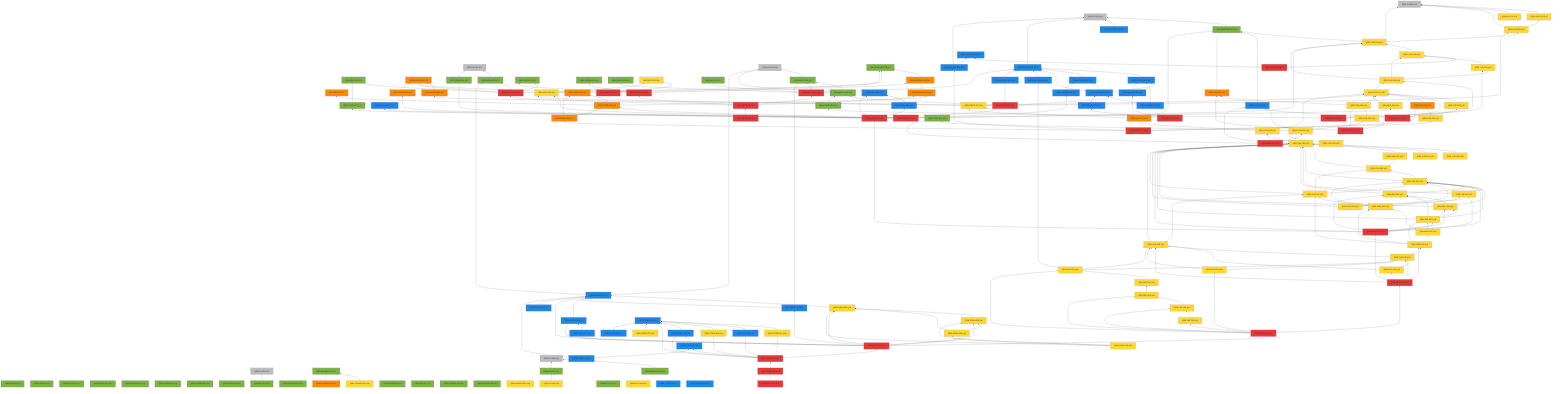
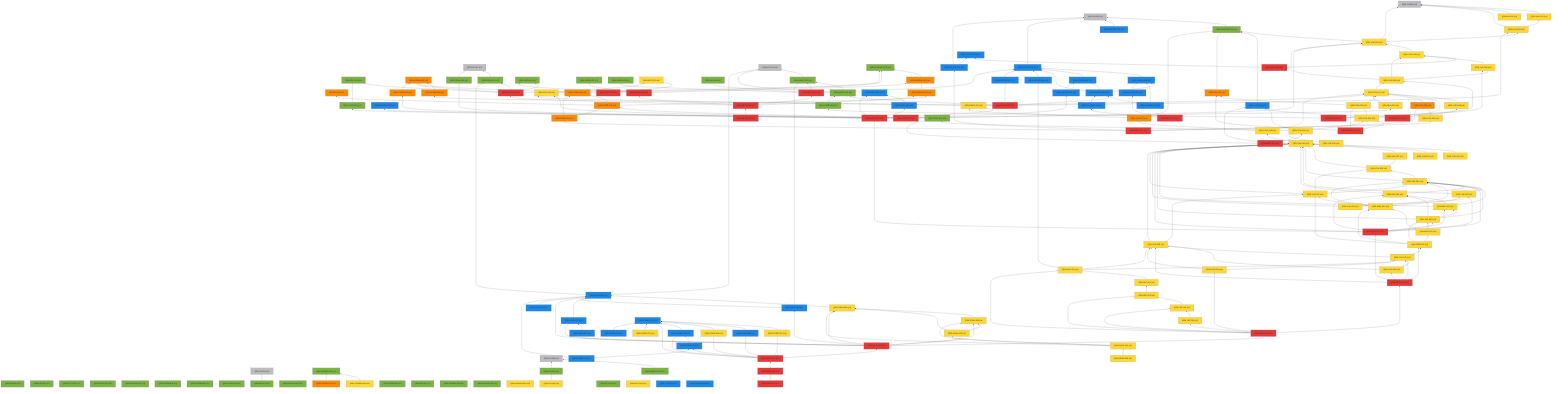
%% 自動生成 (dag/report.pl) — QRN 主張依存グラフ
graph BT
  QRN_C0_001["QRN-C0-001 (c0)"]:::c0
  QRN_C0_002["QRN-C0-002 (c0)"]:::c0
  QRN_C0_003["QRN-C0-003 (c0)"]:::c0
  QRN_C0_004["QRN-C0-004 (c0)"]:::c0
  QRN_C0_005["QRN-C0-005 (c0)"]:::c0
  QRN_C0_006["QRN-C0-006 (c0)"]:::c0
  QRN_QM_001["QRN-QM-001 (c1)"]:::c1
  QRN_GR_001["QRN-GR-001 (c1)"]:::c1
  QRN_STAT_001["QRN-STAT-001 (c1)"]:::c1
  QRN_FIELD_001["QRN-FIELD-001 (c1)"]:::c1
  QRN_GAUGE_001["QRN-GAUGE-001 (c1)"]:::c1
  QRN_ENT_001["QRN-ENT-001 (c1)"]:::c1
  QRN_GEOM_001["QRN-GEOM-001 (c1)"]:::c1
  QRN_GEOM_002["QRN-GEOM-002 (c1)"]:::c1
  QRN_GEOM_003["QRN-GEOM-003 (c3)"]:::c3
  QRN_GRAV_001["QRN-GRAV-001 (c1)"]:::c1
  QRN_GRAV_002["QRN-GRAV-002 (c1)"]:::c1
  QRN_BH_001["QRN-BH-001 (c1)"]:::c1
  QRN_CAUSAL_001["QRN-CAUSAL-001 (c1)"]:::c1
  QRN_CAUSAL_002["QRN-CAUSAL-002 (c3)"]:::c3
  QRN_ER_001["QRN-ER-001 (c3)"]:::c3
  QRN_QEC_001["QRN-QEC-001 (c1)"]:::c1
  QRN_GAUGE_002["QRN-GAUGE-002 (c1)"]:::c1
  QRN_COSMO_001["QRN-COSMO-001 (c1)"]:::c1
  QRN_COSMO_002["QRN-COSMO-002 (c4)"]:::c4
  QRN_COSMO_003["QRN-COSMO-003 (c3)"]:::c3
  QRN_BORN_001["QRN-BORN-001 (c1)"]:::c1
  QRN_BORN_002["QRN-BORN-002 (c1)"]:::c1
  QRN_GRAV_003["QRN-GRAV-003 (c1)"]:::c1
  QRN_KK_001["QRN-KK-001 (c1)"]:::c1
  QRN_MATTER_001["QRN-MATTER-001 (c1)"]:::c1
  QRN_MATTER_002["QRN-MATTER-002 (c2)"]:::c2
  QRN_COSMO_004["QRN-COSMO-004 (c1)"]:::c1
  QRN_EXP_001["QRN-EXP-001 (c4)"]:::c4
  QRN_GAUGE_003["QRN-GAUGE-003 (c2)"]:::c2
  QRN_GAUGE_004["QRN-GAUGE-004 (c1)"]:::c1
  QRN_GAUGE_005["QRN-GAUGE-005 (c4)"]:::c4
  QRN_YUK_001["QRN-YUK-001 (c4)"]:::c4
  QRN_RG_001["QRN-RG-001 (c1)"]:::c1
  QRN_UNRUH_001["QRN-UNRUH-001 (c1)"]:::c1
  QRN_QNEC_001["QRN-QNEC-001 (c1)"]:::c1
  QRN_NU_001["QRN-NU-001 (c4)"]:::c4
  QRN_GAUGE_006["QRN-GAUGE-006 (c2)"]:::c2
  QRN_DS_001["QRN-DS-001 (c1)"]:::c1
  QRN_DS_002["QRN-DS-002 (c4)"]:::c4
  QRN_ARROW_001["QRN-ARROW-001 (c3)"]:::c3
  QRN_GAUGE_007["QRN-GAUGE-007 (c2)"]:::c2
  QRN_EFT_001["QRN-EFT-001 (c1)"]:::c1
  QRN_GAUGE_008["QRN-GAUGE-008 (c2)"]:::c2
  QRN_GAUGE_009["QRN-GAUGE-009 (c2)"]:::c2
  QRN_GAUGE_010["QRN-GAUGE-010 (c2)"]:::c2
  QRN_QNEC_002["QRN-QNEC-002 (c1)"]:::c1
  QRN_GEOM_004["QRN-GEOM-004 (c3)"]:::c3
  QRN_YUK_002["QRN-YUK-002 (c4)"]:::c4
  QRN_EXP_002["QRN-EXP-002 (c5)"]:::c5
  QRN_CORE_001["QRN-CORE-001 (c3)"]:::c3
  QRN_GAUGE_011["QRN-GAUGE-011 (c2)"]:::c2
  QRN_GAUGE_012["QRN-GAUGE-012 (c2)"]:::c2
  QRN_YUK_003["QRN-YUK-003 (c4)"]:::c4
  QRN_EXP_003["QRN-EXP-003 (c4)"]:::c4
  QRN_CORE_002["QRN-CORE-002 (c3)"]:::c3
  QRN_GAUGE_013["QRN-GAUGE-013 (c2)"]:::c2
  QRN_YUK_004["QRN-YUK-004 (c4)"]:::c4
  QRN_GAUGE_014["QRN-GAUGE-014 (c2)"]:::c2
  QRN_META_001["QRN-META-001 (c5)"]:::c5
  QRN_META_002["QRN-META-002 (c5)"]:::c5
  QRN_META_003["QRN-META-003 (c5)"]:::c5
  QRN_META_004["QRN-META-004 (c5)"]:::c5
  QRN_META_005["QRN-META-005 (c5)"]:::c5
  QRN_META_006["QRN-META-006 (c5)"]:::c5
  QRN_META_007["QRN-META-007 (c5)"]:::c5
  QRN_META_008["QRN-META-008 (c5)"]:::c5
  QRN_YUK_005["QRN-YUK-005 (c4)"]:::c4
  QRN_YUK_006["QRN-YUK-006 (c4)"]:::c4
  QRN_CORE_003["QRN-CORE-003 (c1)"]:::c1
  QRN_META_009["QRN-META-009 (c5)"]:::c5
  QRN_YUK_007["QRN-YUK-007 (c4)"]:::c4
  QRN_YUK_008["QRN-YUK-008 (c4)"]:::c4
  QRN_YUK_009["QRN-YUK-009 (c2)"]:::c2
  QRN_META_010["QRN-META-010 (c5)"]:::c5
  QRN_GAUGE_015["QRN-GAUGE-015 (c2)"]:::c2
  QRN_YUK_010["QRN-YUK-010 (c3)"]:::c3
  QRN_YUK_011["QRN-YUK-011 (c4)"]:::c4
  QRN_CORE_004["QRN-CORE-004 (c3)"]:::c3
  QRN_META_011["QRN-META-011 (c5)"]:::c5
  QRN_YUK_012["QRN-YUK-012 (c3)"]:::c3
  QRN_YUK_013["QRN-YUK-013 (c4)"]:::c4
  QRN_YUK_014["QRN-YUK-014 (c4)"]:::c4
  QRN_META_012["QRN-META-012 (c5)"]:::c5
  QRN_TOOL_001["QRN-TOOL-001 (c1)"]:::c1
  QRN_YUK_015["QRN-YUK-015 (c4)"]:::c4
  QRN_META_013["QRN-META-013 (c5)"]:::c5
  QRN_GAUGE_016["QRN-GAUGE-016 (c2)"]:::c2
  QRN_GAUGE_017["QRN-GAUGE-017 (c2)"]:::c2
  QRN_META_014["QRN-META-014 (c5)"]:::c5
  QRN_META_015["QRN-META-015 (c2)"]:::c2
  QRN_TOOL_002["QRN-TOOL-002 (c2)"]:::c2
  QRN_CORE_005["QRN-CORE-005 (c3)"]:::c3
  QRN_CONT_001["QRN-CONT-001 (c1)"]:::c1
  QRN_SEL_001["QRN-SEL-001 (c4)"]:::c4
  QRN_GRAV_004["QRN-GRAV-004 (c1)"]:::c1
  QRN_PRED_001["QRN-PRED-001 (c4)"]:::c4
  QRN_META_016["QRN-META-016 (c5)"]:::c5
  QRN_YUK_016["QRN-YUK-016 (c4)"]:::c4
  QRN_YUK_017["QRN-YUK-017 (c3)"]:::c3
  QRN_YUK_018["QRN-YUK-018 (c4)"]:::c4
  QRN_YUK_019["QRN-YUK-019 (c4)"]:::c4
  QRN_YUK_020["QRN-YUK-020 (c4)"]:::c4
  QRN_YUK_021["QRN-YUK-021 (c4)"]:::c4
  QRN_YUK_022["QRN-YUK-022 (c4)"]:::c4
  QRN_YUK_023["QRN-YUK-023 (c4)"]:::c4
  QRN_YUK_024["QRN-YUK-024 (c4)"]:::c4
  QRN_YUK_025["QRN-YUK-025 (c4)"]:::c4
  QRN_SEL_002["QRN-SEL-002 (c4)"]:::c4
  QRN_SEL_003["QRN-SEL-003 (c4)"]:::c4
  QRN_SEL_004["QRN-SEL-004 (c4)"]:::c4
  QRN_META_017["QRN-META-017 (c5)"]:::c5
  QRN_YUK_026["QRN-YUK-026 (c4)"]:::c4
  QRN_YUK_027["QRN-YUK-027 (c4)"]:::c4
  QRN_MSR_001["QRN-MSR-001 (c4)"]:::c4
  QRN_MSR_002["QRN-MSR-002 (c4)"]:::c4
  QRN_MSR_003["QRN-MSR-003 (c4)"]:::c4
  QRN_YUK_028["QRN-YUK-028 (c4)"]:::c4
  QRN_YUK_029["QRN-YUK-029 (c4)"]:::c4
  QRN_YUK_030["QRN-YUK-030 (c4)"]:::c4
  QRN_META_018["QRN-META-018 (c5)"]:::c5
  QRN_YUK_031["QRN-YUK-031 (c4)"]:::c4
  QRN_LEP_001["QRN-LEP-001 (c4)"]:::c4
  QRN_LEP_002["QRN-LEP-002 (c4)"]:::c4
  QRN_LEP_003["QRN-LEP-003 (c4)"]:::c4
  QRN_LEP_004["QRN-LEP-004 (c4)"]:::c4
  QRN_LEP_005["QRN-LEP-005 (c4)"]:::c4
  QRN_META_019["QRN-META-019 (c5)"]:::c5
  QRN_GRAV_005["QRN-GRAV-005 (c2)"]:::c2
  QRN_GRAV_006["QRN-GRAV-006 (c4)"]:::c4
  QRN_GRAV_007["QRN-GRAV-007 (c2)"]:::c2
  QRN_GRAV_008["QRN-GRAV-008 (c4)"]:::c4
  QRN_GRAV_009["QRN-GRAV-009 (c2)"]:::c2
  QRN_GRAV_010["QRN-GRAV-010 (c4)"]:::c4
  QRN_GRAV_011["QRN-GRAV-011 (c2)"]:::c2
  QRN_META_020["QRN-META-020 (c5)"]:::c5
  QRN_CORE_006["QRN-CORE-006 (c2)"]:::c2
  QRN_CORE_007["QRN-CORE-007 (c4)"]:::c4
  QRN_CORE_008["QRN-CORE-008 (c2)"]:::c2
  QRN_CORE_009["QRN-CORE-009 (c4)"]:::c4
  QRN_CORE_010["QRN-CORE-010 (c2)"]:::c2
  QRN_CORE_011["QRN-CORE-011 (c2)"]:::c2
  QRN_META_021["QRN-META-021 (c5)"]:::c5
  QRN_CORE_012["QRN-CORE-012 (c4)"]:::c4
  QRN_EXP_004["QRN-EXP-004 (c4)"]:::c4
  QRN_CORE_013["QRN-CORE-013 (c2)"]:::c2
  QRN_GRAV_012["QRN-GRAV-012 (c2)"]:::c2
  QRN_YUK_032["QRN-YUK-032 (c2)"]:::c2
  QRN_GAUGE_018["QRN-GAUGE-018 (c2)"]:::c2
  QRN_META_022["QRN-META-022 (c5)"]:::c5
  QRN_META_023["QRN-META-023 (c5)"]:::c5
  QRN_CORE_014["QRN-CORE-014 (c2)"]:::c2
  QRN_GRAV_013["QRN-GRAV-013 (c4)"]:::c4
+   QRN_GRAV_014["QRN-GRAV-014 (c4)"]:::c4
  QRN_GRAV_001 --> QRN_C0_001
  QRN_BH_001 --> QRN_C0_003
  QRN_CAUSAL_002 --> QRN_CAUSAL_001
  QRN_COSMO_002 --> QRN_COSMO_001
  QRN_COSMO_003 --> QRN_COSMO_001
  QRN_MATTER_001 --> QRN_C0_005
  QRN_MATTER_002 --> QRN_C0_005
  QRN_GAUGE_003 --> QRN_C0_005
  QRN_YUK_001 --> QRN_C0_006
  QRN_UNRUH_001 --> QRN_C0_004
  QRN_QNEC_001 --> QRN_C0_002
  QRN_NU_001 --> QRN_C0_006
  QRN_GAUGE_006 --> QRN_GAUGE_003
  QRN_DS_001 --> QRN_C0_004
  QRN_DS_002 --> QRN_DS_001
  QRN_ARROW_001 --> QRN_CAUSAL_002
  QRN_GAUGE_007 --> QRN_GAUGE_003
  QRN_GAUGE_008 --> QRN_GAUGE_003
  QRN_GAUGE_008 --> QRN_GAUGE_006
  QRN_GAUGE_008 --> QRN_GAUGE_007
  QRN_GAUGE_009 --> QRN_GAUGE_003
  QRN_GAUGE_010 --> QRN_GAUGE_006
  QRN_GAUGE_010 --> QRN_GAUGE_008
  QRN_QNEC_002 --> QRN_C0_002
  QRN_QNEC_002 --> QRN_QNEC_001
  QRN_GEOM_004 --> QRN_GEOM_003
  QRN_YUK_002 --> QRN_C0_006
  QRN_YUK_002 --> QRN_YUK_001
  QRN_EXP_002 --> QRN_EXP_001
  QRN_CORE_001 --> QRN_GEOM_003
  QRN_CORE_001 --> QRN_CAUSAL_001
  QRN_GAUGE_011 --> QRN_GAUGE_003
  QRN_YUK_003 --> QRN_C0_006
  QRN_YUK_003 --> QRN_MATTER_001
  QRN_YUK_003 --> QRN_YUK_002
  QRN_EXP_003 --> QRN_EXP_001
  QRN_CORE_002 --> QRN_CORE_001
  QRN_CORE_002 --> QRN_ER_001
  QRN_CORE_002 --> QRN_ARROW_001
  QRN_GAUGE_013 --> QRN_GAUGE_007
  QRN_YUK_004 --> QRN_YUK_003
  QRN_META_001 --> QRN_GEOM_003
  QRN_META_001 --> QRN_GRAV_001
  QRN_META_001 --> QRN_CAUSAL_001
  QRN_META_001 --> QRN_QEC_001
  QRN_META_001 --> QRN_ENT_001
  QRN_META_002 --> QRN_QEC_001
  QRN_META_002 --> QRN_BORN_001
  QRN_META_002 --> QRN_CAUSAL_002
  QRN_META_003 --> QRN_GAUGE_003
  QRN_META_003 --> QRN_RG_001
  QRN_META_003 --> QRN_QNEC_001
  QRN_META_003 --> QRN_GRAV_003
  QRN_META_004 --> QRN_META_001
  QRN_META_004 --> QRN_META_002
  QRN_META_004 --> QRN_META_003
  QRN_META_004 --> QRN_ARROW_001
  QRN_META_005 --> QRN_META_004
  QRN_META_006 --> QRN_GAUGE_008
  QRN_META_006 --> QRN_QNEC_002
  QRN_META_006 --> QRN_GEOM_004
  QRN_META_006 --> QRN_YUK_002
  QRN_META_006 --> QRN_GAUGE_011
  QRN_META_007 --> QRN_GAUGE_012
  QRN_META_007 --> QRN_YUK_003
  QRN_META_007 --> QRN_EXP_003
  QRN_META_007 --> QRN_CORE_002
  QRN_META_007 --> QRN_GAUGE_013
  QRN_META_008 --> QRN_YUK_004
  QRN_META_008 --> QRN_GAUGE_014
  QRN_YUK_005 --> QRN_YUK_004
  QRN_YUK_006 --> QRN_YUK_003
  QRN_YUK_006 --> QRN_YUK_004
  QRN_YUK_006 --> QRN_YUK_005
  QRN_CORE_003 --> QRN_QNEC_002
  QRN_META_009 --> QRN_YUK_005
  QRN_META_009 --> QRN_YUK_006
  QRN_META_009 --> QRN_CORE_003
  QRN_YUK_007 --> QRN_YUK_006
  QRN_YUK_008 --> QRN_YUK_007
  QRN_YUK_009 --> QRN_MATTER_001
  QRN_META_010 --> QRN_YUK_007
  QRN_META_010 --> QRN_YUK_008
  QRN_META_010 --> QRN_YUK_009
  QRN_GAUGE_015 --> QRN_C0_005
  QRN_GAUGE_015 --> QRN_GAUGE_014
  QRN_YUK_010 --> QRN_YUK_007
  QRN_YUK_011 --> QRN_YUK_010
  QRN_CORE_004 --> QRN_CORE_001
  QRN_CORE_004 --> QRN_CORE_002
  QRN_META_011 --> QRN_GAUGE_015
  QRN_META_011 --> QRN_YUK_010
  QRN_META_011 --> QRN_YUK_011
  QRN_META_011 --> QRN_CORE_004
  QRN_YUK_012 --> QRN_MATTER_001
  QRN_YUK_013 --> QRN_YUK_012
  QRN_YUK_013 --> QRN_YUK_007
  QRN_YUK_014 --> QRN_YUK_013
  QRN_META_012 --> QRN_YUK_012
  QRN_META_012 --> QRN_YUK_013
  QRN_META_012 --> QRN_YUK_014
  QRN_YUK_015 --> QRN_YUK_014
  QRN_YUK_015 --> QRN_TOOL_001
  QRN_YUK_015 --> QRN_YUK_009
  QRN_META_013 --> QRN_YUK_015
  QRN_META_013 --> QRN_TOOL_001
  QRN_META_013 --> QRN_YUK_009
  QRN_GAUGE_016 --> QRN_GAUGE_006
  QRN_GAUGE_017 --> QRN_GAUGE_008
  QRN_META_014 --> QRN_GAUGE_016
  QRN_META_014 --> QRN_GAUGE_017
  QRN_TOOL_002 --> QRN_META_015
  QRN_CORE_005 --> QRN_GEOM_003
  QRN_CONT_001 --> QRN_ENT_001
  QRN_SEL_001 --> QRN_YUK_007
  QRN_GRAV_004 --> QRN_C0_001
  QRN_PRED_001 --> QRN_YUK_007
  QRN_PRED_001 --> QRN_EXP_003
  QRN_META_016 --> QRN_META_015
  QRN_META_016 --> QRN_TOOL_002
  QRN_META_016 --> QRN_CORE_005
  QRN_META_016 --> QRN_CONT_001
  QRN_META_016 --> QRN_SEL_001
  QRN_META_016 --> QRN_GRAV_004
  QRN_META_016 --> QRN_PRED_001
  QRN_YUK_016 --> QRN_YUK_015
  QRN_YUK_017 --> QRN_MATTER_001
  QRN_YUK_017 --> QRN_PRED_001
  QRN_YUK_018 --> QRN_YUK_017
  QRN_YUK_018 --> QRN_YUK_007
  QRN_YUK_019 --> QRN_YUK_018
  QRN_YUK_020 --> QRN_YUK_019
  QRN_YUK_021 --> QRN_YUK_019
  QRN_YUK_022 --> QRN_YUK_019
  QRN_YUK_023 --> QRN_YUK_019
  QRN_YUK_023 --> QRN_YUK_022
  QRN_YUK_024 --> QRN_YUK_019
  QRN_YUK_024 --> QRN_YUK_023
  QRN_YUK_025 --> QRN_YUK_019
  QRN_YUK_025 --> QRN_YUK_024
  QRN_SEL_002 --> QRN_YUK_019
  QRN_SEL_002 --> QRN_YUK_024
  QRN_SEL_003 --> QRN_YUK_019
  QRN_SEL_003 --> QRN_YUK_024
  QRN_SEL_003 --> QRN_SEL_002
  QRN_SEL_004 --> QRN_YUK_019
  QRN_SEL_004 --> QRN_YUK_024
  QRN_SEL_004 --> QRN_SEL_002
  QRN_SEL_004 --> QRN_SEL_003
  QRN_META_017 --> QRN_META_016
  QRN_META_017 --> QRN_YUK_019
  QRN_META_017 --> QRN_YUK_024
  QRN_META_017 --> QRN_YUK_025
  QRN_META_017 --> QRN_SEL_002
  QRN_META_017 --> QRN_SEL_003
  QRN_META_017 --> QRN_SEL_004
  QRN_YUK_026 --> QRN_YUK_019
  QRN_YUK_026 --> QRN_YUK_024
  QRN_YUK_026 --> QRN_YUK_025
  QRN_YUK_027 --> QRN_YUK_019
  QRN_YUK_027 --> QRN_YUK_023
  QRN_YUK_027 --> QRN_YUK_024
  QRN_MSR_001 --> QRN_YUK_024
  QRN_MSR_001 --> QRN_YUK_025
  QRN_MSR_001 --> QRN_YUK_027
  QRN_MSR_002 --> QRN_SEL_004
  QRN_MSR_002 --> QRN_MSR_001
  QRN_MSR_003 --> QRN_MSR_001
  QRN_MSR_003 --> QRN_MSR_002
  QRN_MSR_003 --> QRN_SEL_004
  QRN_MSR_003 --> QRN_YUK_027
  QRN_YUK_028 --> QRN_YUK_019
  QRN_YUK_028 --> QRN_YUK_027
  QRN_YUK_029 --> QRN_YUK_028
  QRN_YUK_029 --> QRN_MSR_003
  QRN_YUK_030 --> QRN_YUK_028
  QRN_YUK_030 --> QRN_YUK_029
  QRN_META_018 --> QRN_META_017
  QRN_META_018 --> QRN_MSR_003
  QRN_META_018 --> QRN_YUK_028
  QRN_META_018 --> QRN_YUK_029
  QRN_META_018 --> QRN_YUK_030
  QRN_YUK_031 --> QRN_YUK_028
  QRN_YUK_031 --> QRN_YUK_029
  QRN_LEP_001 --> QRN_YUK_028
  QRN_LEP_001 --> QRN_YUK_029
  QRN_LEP_001 --> QRN_GAUGE_009
  QRN_LEP_002 --> QRN_LEP_001
  QRN_LEP_003 --> QRN_LEP_002
  QRN_LEP_004 --> QRN_LEP_003
  QRN_LEP_005 --> QRN_LEP_004
  QRN_META_019 --> QRN_META_018
  QRN_META_019 --> QRN_YUK_031
  QRN_META_019 --> QRN_LEP_001
  QRN_META_019 --> QRN_LEP_003
  QRN_META_019 --> QRN_LEP_004
  QRN_META_019 --> QRN_LEP_005
  QRN_GRAV_005 --> QRN_C0_002
  QRN_GRAV_005 --> QRN_GRAV_001
  QRN_GRAV_006 --> QRN_GRAV_005
  QRN_GRAV_007 --> QRN_GRAV_005
  QRN_GRAV_008 --> QRN_GRAV_006
  QRN_GRAV_009 --> QRN_GRAV_005
  QRN_GRAV_009 --> QRN_QNEC_001
  QRN_GRAV_010 --> QRN_GRAV_006
  QRN_GRAV_010 --> QRN_GRAV_008
  QRN_GRAV_011 --> QRN_GRAV_007
  QRN_META_020 --> QRN_META_019
  QRN_META_020 --> QRN_GRAV_005
  QRN_META_020 --> QRN_GRAV_006
  QRN_META_020 --> QRN_GRAV_007
  QRN_META_020 --> QRN_GRAV_008
  QRN_META_020 --> QRN_GRAV_009
  QRN_META_020 --> QRN_GRAV_010
  QRN_META_020 --> QRN_GRAV_011
  QRN_CORE_007 --> QRN_CORE_006
  QRN_CORE_008 --> QRN_CORE_006
  QRN_CORE_009 --> QRN_CORE_006
  QRN_CORE_010 --> QRN_CORE_006
  QRN_CORE_011 --> QRN_CORE_010
  QRN_META_021 --> QRN_META_020
  QRN_META_021 --> QRN_CORE_006
  QRN_META_021 --> QRN_CORE_007
  QRN_META_021 --> QRN_CORE_008
  QRN_META_021 --> QRN_CORE_009
  QRN_META_021 --> QRN_CORE_010
  QRN_META_021 --> QRN_CORE_011
  QRN_CORE_012 --> QRN_CORE_006
  QRN_CORE_013 --> QRN_CORE_006
  QRN_GRAV_012 --> QRN_GRAV_005
  QRN_META_022 --> QRN_META_021
  QRN_META_023 --> QRN_META_022
  QRN_CORE_014 --> QRN_CORE_011
  QRN_CORE_014 --> QRN_GRAV_005
  QRN_GRAV_013 --> QRN_GRAV_006
  QRN_GRAV_013 --> QRN_GRAV_008
  QRN_GRAV_013 --> QRN_GRAV_010
+   QRN_GRAV_014 --> QRN_GRAV_013
  classDef c0 fill:#bdbdbd
  classDef c1 fill:#7cb342
  classDef c2 fill:#1e88e5
  classDef c3 fill:#fb8c00
  classDef c4 fill:#fdd835
  classDef c5 fill:#e53935
